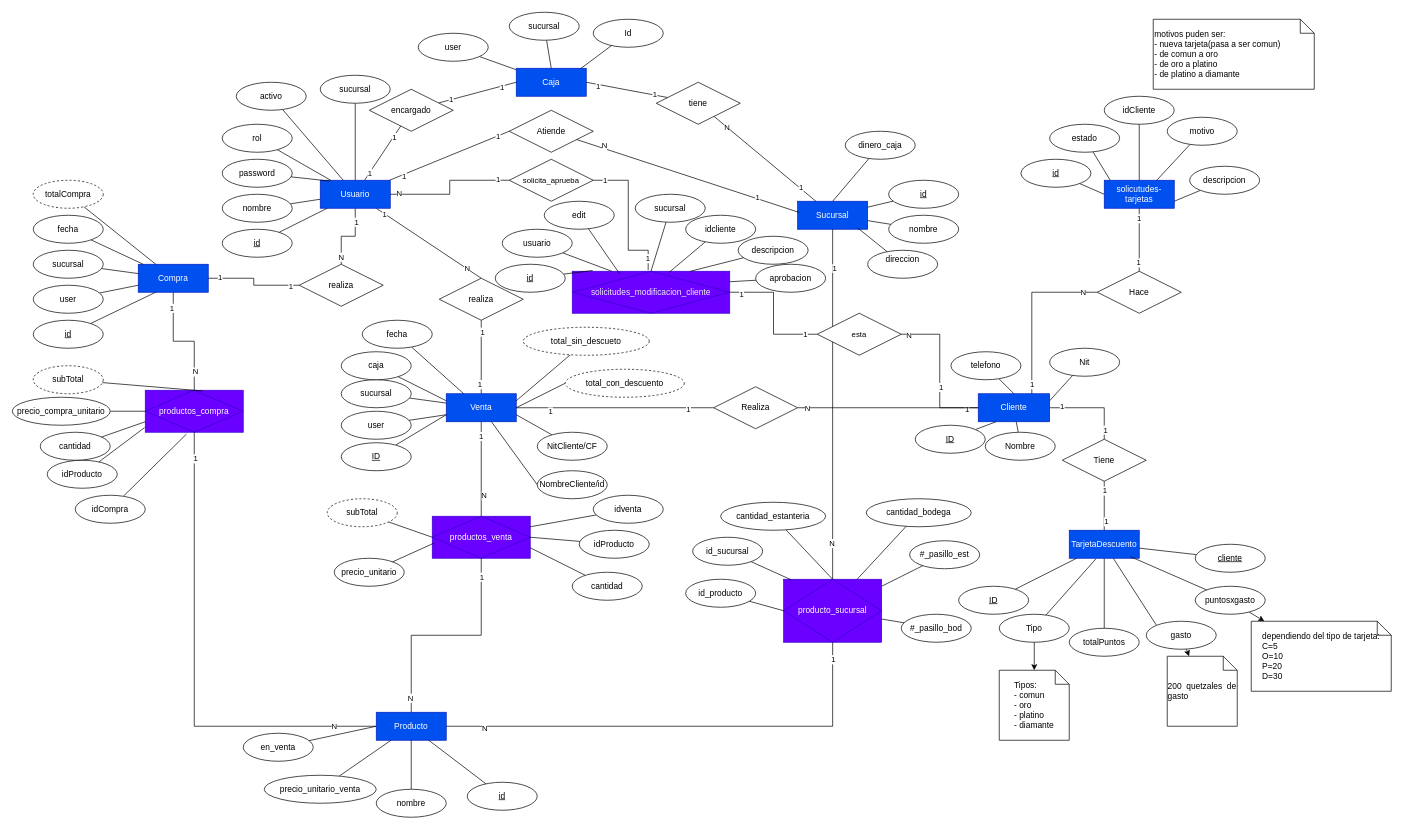
Earlier version of the draw.io diagram ManualTecnico/Entidad_Relacion.drawio (EilerGomez/GamerProXela_ArchivosSS2024). Source tidied: cells renumbered, new cells numbered last; positions are measured from the earlier drawing's top-left corner, leaving out a move shared by most shapes. Both pictures are drawn from the tidied source at 70%, with x=0, y=0 at pixel (12, 12).
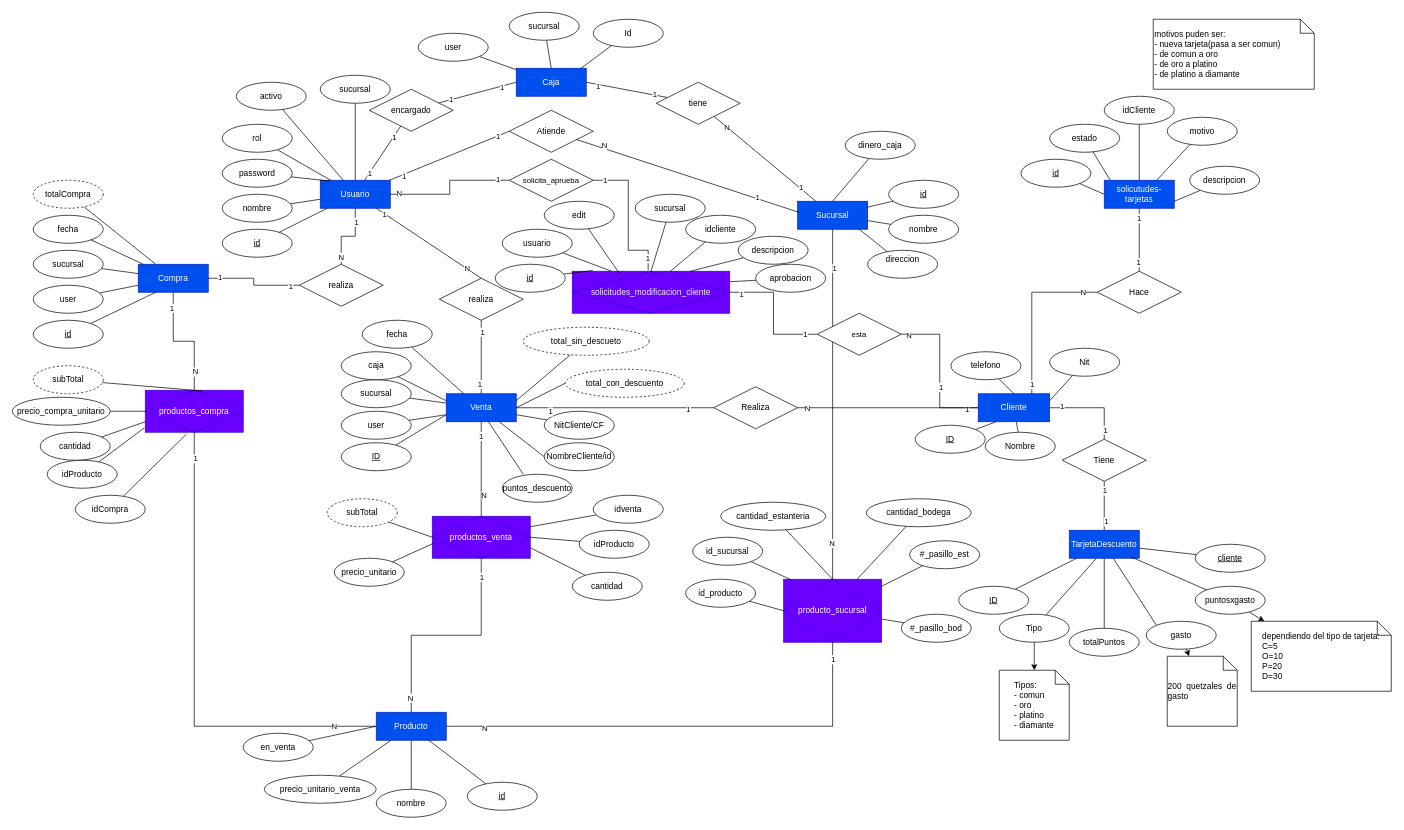
Above is the later version.

Unchanged cells that the change refers to:
```xml
<mxCell id="122" value="Venta" style="whiteSpace=wrap;html=1;align=center;fillColor=#0050ef;strokeColor=#001DBC;fontColor=#ffffff;" parent="1" vertex="1">
  <mxGeometry x="620" y="545" width="100" height="40" as="geometry" />
</mxCell>
```

The edit, as a diff of the source:
```diff
@@
     <mxCell id="136" value="NitCliente/CF" style="ellipse;whiteSpace=wrap;html=1;align=center;" parent="1" vertex="1">
-      <mxGeometry x="750" y="600" width="100" height="40" as="geometry" />
+      <mxGeometry x="760" y="570" width="100" height="40" as="geometry" />
     </mxCell>
@@
     <mxCell id="148" value="NombreCliente/id" style="ellipse;whiteSpace=wrap;html=1;align=center;" parent="1" vertex="1">
-      <mxGeometry x="750" y="655" width="100" height="40" as="geometry" />
+      <mxGeometry x="760" y="615" width="100" height="40" as="geometry" />
     </mxCell>
@@
+    <mxCell id="249" value="puntos_descuento" style="ellipse;whiteSpace=wrap;html=1;align=center;" parent="1" vertex="1">
+      <mxGeometry x="700" y="660" width="100" height="40" as="geometry" />
+    </mxCell>
+    <mxCell id="250" style="rounded=0;jettySize=auto;html=1;entryX=0.3;entryY=0;entryDx=0;entryDy=0;endArrow=none;endFill=0;exitX=0.59;exitY=0.95;exitDx=0;exitDy=0;exitPerimeter=0;entryPerimeter=0;" parent="1" edge="1" source="122" target="249">
+      <mxGeometry relative="1" as="geometry" />
+    </mxCell>
```
